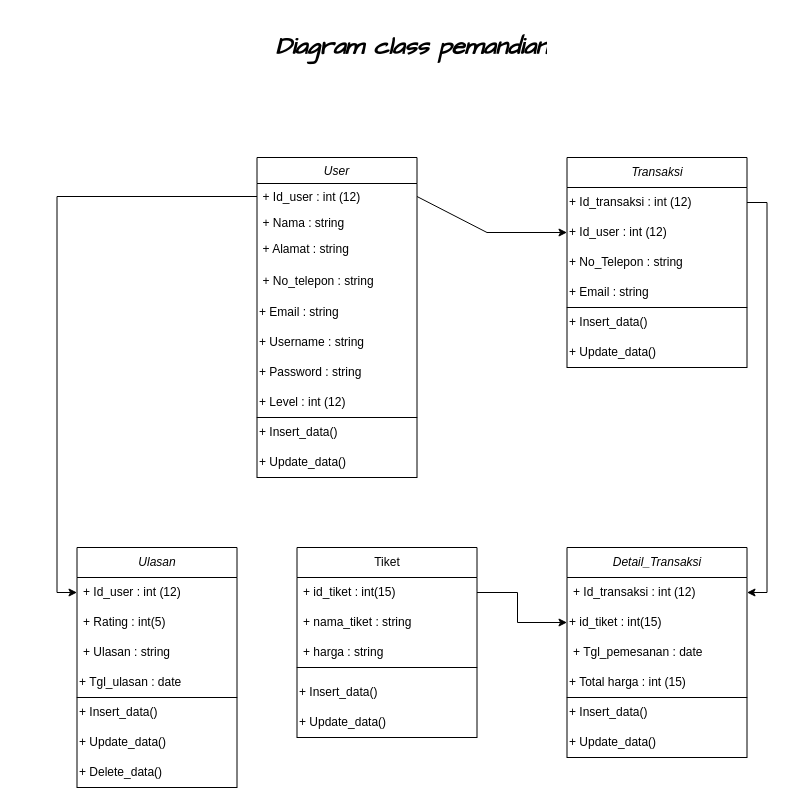
Before: pemandian.drawio in Aiyub150/DiagramClass_Pemandian, a draw.io diagram. Source tidied: cells renumbered, new cells numbered last; positions are measured from the earlier drawing's top-left corner, leaving out a move shared by most shapes. Both pictures are drawn from the tidied source at 100%, with x=0, y=0 at pixel (77, 27).
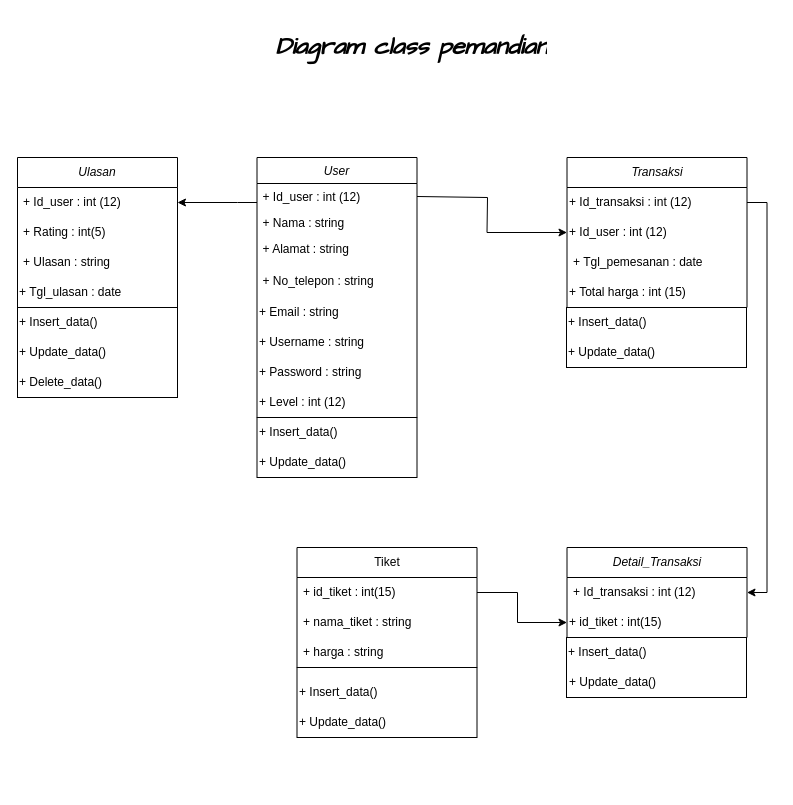
The same diagram, later.

The change refers to these unchanged cells:
```xml
<mxCell id="3" value="+ Id_user : int (12)" style="text;align=left;verticalAlign=top;spacingLeft=4;spacingRight=4;overflow=hidden;points=[[0,0.5],[1,0.5]];portConstraint=eastwest;" parent="2" vertex="1">
  <mxGeometry y="26" width="160" height="26" as="geometry" />
</mxCell>
<mxCell id="12" value="Transaksi" style="swimlane;fontStyle=2;horizontal=1;startSize=30;whiteSpace=wrap;html=1;align=center;" parent="1" vertex="1">
  <mxGeometry x="489.5" y="130" width="180" height="150" as="geometry" />
</mxCell>
<mxCell id="14" value="+ Id_user : int (12)" style="text;html=1;strokeColor=none;fillColor=none;align=left;verticalAlign=middle;whiteSpace=wrap;rounded=0;" parent="12" vertex="1">
  <mxGeometry y="60" width="180" height="30" as="geometry" />
</mxCell>
<mxCell id="24" value="+ Id_user : int (12)" style="text;strokeColor=none;fillColor=none;align=left;verticalAlign=middle;spacingLeft=4;spacingRight=4;overflow=hidden;points=[[0,0.5],[1,0.5]];portConstraint=eastwest;whiteSpace=wrap;html=1;" parent="23" vertex="1">
  <mxGeometry y="30" width="160" height="30" as="geometry" />
</mxCell>
```

The edit, as a diff of the source:
```diff
@@
-    <mxCell id="15" value="+ No_Telepon&amp;nbsp;: string" style="text;html=1;strokeColor=none;fillColor=none;align=left;verticalAlign=middle;whiteSpace=wrap;rounded=0;" parent="12" vertex="1">
-      <mxGeometry y="90" width="180" height="30" as="geometry" />
-    </mxCell>
-    <mxCell id="16" value="+ Email&amp;nbsp;: string" style="text;html=1;strokeColor=none;fillColor=none;align=left;verticalAlign=middle;whiteSpace=wrap;rounded=0;" parent="12" vertex="1">
-      <mxGeometry y="120" width="180" height="30" as="geometry" />
-    </mxCell>
+    <mxCell id="21" value="+ Tgl_pemesanan : date" style="text;strokeColor=none;fillColor=none;align=left;verticalAlign=middle;spacingLeft=4;spacingRight=4;overflow=hidden;whiteSpace=wrap;html=1;" parent="12" vertex="1">
+      <mxGeometry y="90" width="180" height="30" as="geometry" />
+    </mxCell>
+    <mxCell id="22" value="+ Total harga : int (15)" style="text;html=1;align=left;verticalAlign=middle;strokeColor=none;fillColor=none;" parent="12" vertex="1">
+      <mxGeometry y="120" width="180" height="30" as="geometry" />
+    </mxCell>
     <mxCell id="17" style="endArrow=classic;html=1;rounded=0;entryX=0;entryY=0.5;entryDx=0;entryDy=0;exitX=1;exitY=0.5;exitDx=0;exitDy=0;" parent="1" edge="1" source="3" target="14">
       <mxGeometry relative="1" as="geometry">
         <Array as="points">
+          <mxPoint x="410" y="170" />
           <mxPoint x="409.5" y="205" />
         </Array>
       </mxGeometry>
     </mxCell>
     <mxCell id="18" value="Detail_Transaksi" style="swimlane;fontStyle=2;horizontal=1;startSize=30;whiteSpace=wrap;html=1;" parent="1" vertex="1">
-      <mxGeometry x="489.5" y="520" width="180" height="150" as="geometry" />
+      <mxGeometry x="489.5" y="520" width="180" height="90" as="geometry" />
     </mxCell>
@@
-    <mxCell id="21" value="+ Tgl_pemesanan : date" style="text;strokeColor=none;fillColor=none;align=left;verticalAlign=middle;spacingLeft=4;spacingRight=4;overflow=hidden;whiteSpace=wrap;html=1;" parent="18" vertex="1">
-      <mxGeometry y="90" width="180" height="30" as="geometry" />
-    </mxCell>
-    <mxCell id="22" value="+ Total harga : int (15)" style="text;html=1;align=left;verticalAlign=middle;strokeColor=none;fillColor=none;" parent="18" vertex="1">
-      <mxGeometry y="120" width="180" height="30" as="geometry" />
-    </mxCell>
     <mxCell id="23" value="&lt;i&gt;Ulasan&lt;/i&gt;" style="swimlane;fontStyle=0;horizontal=1;startSize=30;whiteSpace=wrap;html=1;align=center;" parent="1" vertex="1">
-      <mxGeometry x="-0.5" y="520" width="160" height="150" as="geometry" />
+      <mxGeometry x="-60" y="130" width="160" height="150" as="geometry" />
     </mxCell>
@@
     <mxCell id="31" style="rounded=0;whiteSpace=wrap;html=1;" parent="1" vertex="1">
-      <mxGeometry x="-0.5" y="670" width="160" height="90" as="geometry" />
+      <mxGeometry x="-60" y="280" width="160" height="90" as="geometry" />
     </mxCell>
     <mxCell id="32" value="+ Insert_data()" style="text;html=1;strokeColor=none;fillColor=none;align=left;verticalAlign=middle;whiteSpace=wrap;rounded=0;" parent="1" vertex="1">
-      <mxGeometry x="-0.5" y="670" width="160" height="30" as="geometry" />
+      <mxGeometry x="-60" y="280" width="160" height="30" as="geometry" />
     </mxCell>
     <mxCell id="33" value="+ Update_data()" style="text;html=1;strokeColor=none;fillColor=none;align=left;verticalAlign=middle;whiteSpace=wrap;rounded=0;" parent="1" vertex="1">
-      <mxGeometry x="-0.5" y="700" width="160" height="30" as="geometry" />
+      <mxGeometry x="-60" y="310" width="160" height="30" as="geometry" />
     </mxCell>
     <mxCell id="34" value="+ Delete_data()" style="text;html=1;strokeColor=none;fillColor=none;align=left;verticalAlign=middle;whiteSpace=wrap;rounded=0;" parent="1" vertex="1">
-      <mxGeometry x="-0.5" y="730" width="160" height="30" as="geometry" />
+      <mxGeometry x="-60" y="340" width="160" height="30" as="geometry" />
     </mxCell>
     <mxCell id="35" style="rounded=0;whiteSpace=wrap;html=1;" parent="1" vertex="1">
-      <mxGeometry x="489.5" y="670" width="180" height="60" as="geometry" />
+      <mxGeometry x="489" y="610" width="180" height="60" as="geometry" />
     </mxCell>
     <mxCell id="36" value="+ Insert_data()" style="text;html=1;strokeColor=none;fillColor=none;align=left;verticalAlign=middle;whiteSpace=wrap;rounded=0;" parent="1" vertex="1">
-      <mxGeometry x="489.5" y="670" width="180" height="30" as="geometry" />
+      <mxGeometry x="489" y="610" width="180" height="30" as="geometry" />
     </mxCell>
     <mxCell id="37" value="+ Update_data()" style="text;html=1;strokeColor=none;fillColor=none;align=left;verticalAlign=middle;whiteSpace=wrap;rounded=0;" parent="1" vertex="1">
-      <mxGeometry x="489.5" y="700" width="180" height="30" as="geometry" />
+      <mxGeometry x="489.5" y="640" width="180" height="30" as="geometry" />
     </mxCell>
     <mxCell id="38" style="rounded=0;whiteSpace=wrap;html=1;" parent="1" vertex="1">
-      <mxGeometry x="489.5" y="280" width="180" height="60" as="geometry" />
+      <mxGeometry x="489" y="280" width="180" height="60" as="geometry" />
     </mxCell>
     <mxCell id="39" value="+ Insert_data()" style="text;html=1;strokeColor=none;fillColor=none;align=left;verticalAlign=middle;whiteSpace=wrap;rounded=0;" parent="1" vertex="1">
-      <mxGeometry x="489.5" y="280" width="180" height="30" as="geometry" />
+      <mxGeometry x="489" y="280" width="180" height="30" as="geometry" />
     </mxCell>
     <mxCell id="40" value="+ Update_data()" style="text;html=1;strokeColor=none;fillColor=none;align=left;verticalAlign=middle;whiteSpace=wrap;rounded=0;" parent="1" vertex="1">
-      <mxGeometry x="489.5" y="310" width="180" height="30" as="geometry" />
+      <mxGeometry x="489" y="310" width="180" height="30" as="geometry" />
     </mxCell>
-    <mxCell id="41" style="edgeStyle=orthogonalEdgeStyle;rounded=0;jettySize=auto;html=1;entryX=0;entryY=0.5;entryDx=0;entryDy=0;" parent="1" edge="1" source="3" target="24">
-      <mxGeometry relative="1" as="geometry" />
+    <mxCell id="41" style="edgeStyle=orthogonalEdgeStyle;rounded=0;jettySize=auto;html=1;entryX=1;entryY=0.5;entryDx=0;entryDy=0;" parent="1" edge="1" source="3" target="24">
+      <mxGeometry relative="1" as="geometry">
+        <Array as="points">
+          <mxPoint x="160" y="175" />
+          <mxPoint x="160" y="175" />
+        </Array>
+      </mxGeometry>
     </mxCell>
```
